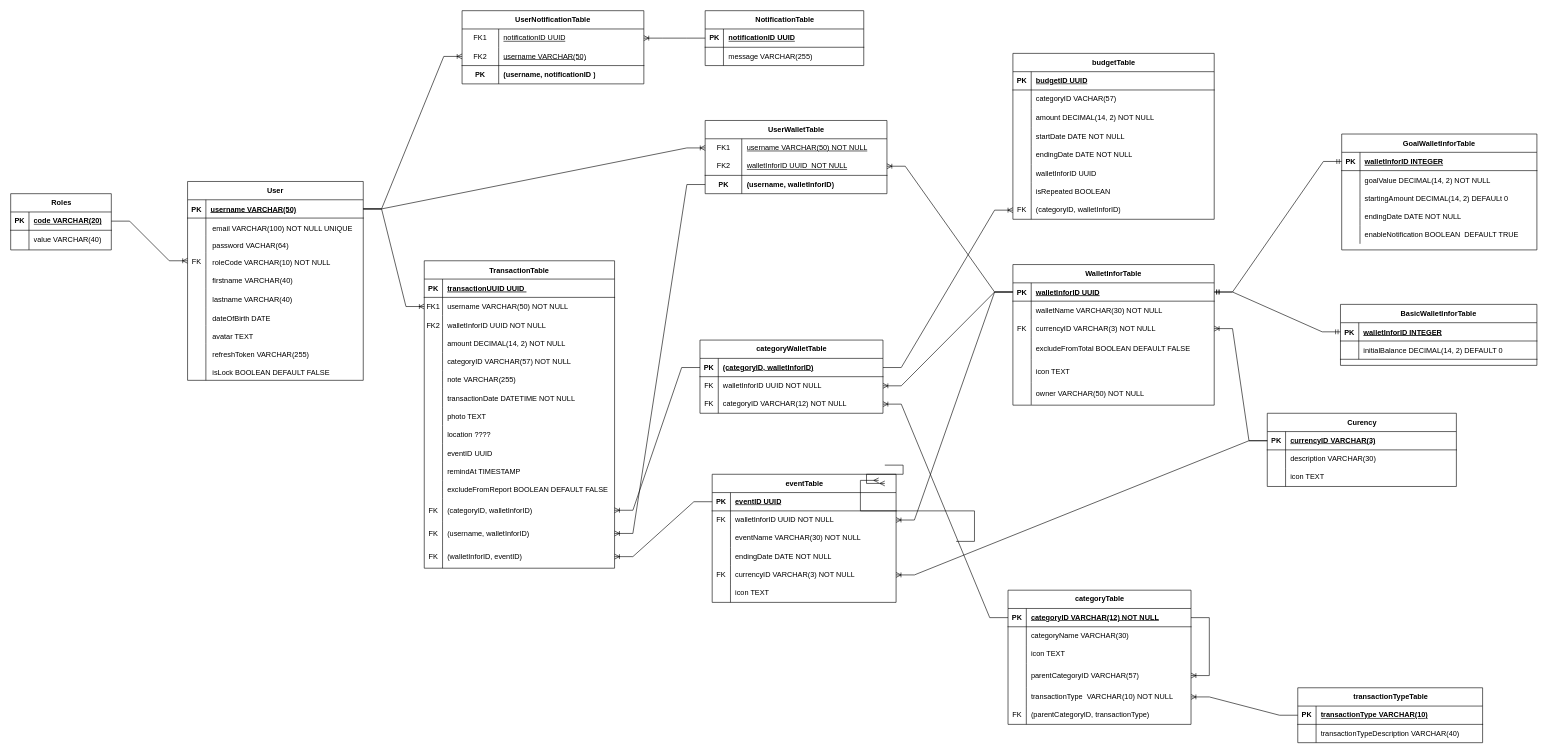
Earlier version of the draw.io diagram page "Trang-3" (3 of 3) of MLK Database Design.drawio (nguyenhuynhthien/Analytics). Source tidied: cells renumbered, new cells numbered last; positions are measured from the earlier drawing's top-left corner, leaving out a move shared by most shapes. Both pictures are drawn from the tidied source at 61%, with x=0, y=0 at pixel (10, 10).
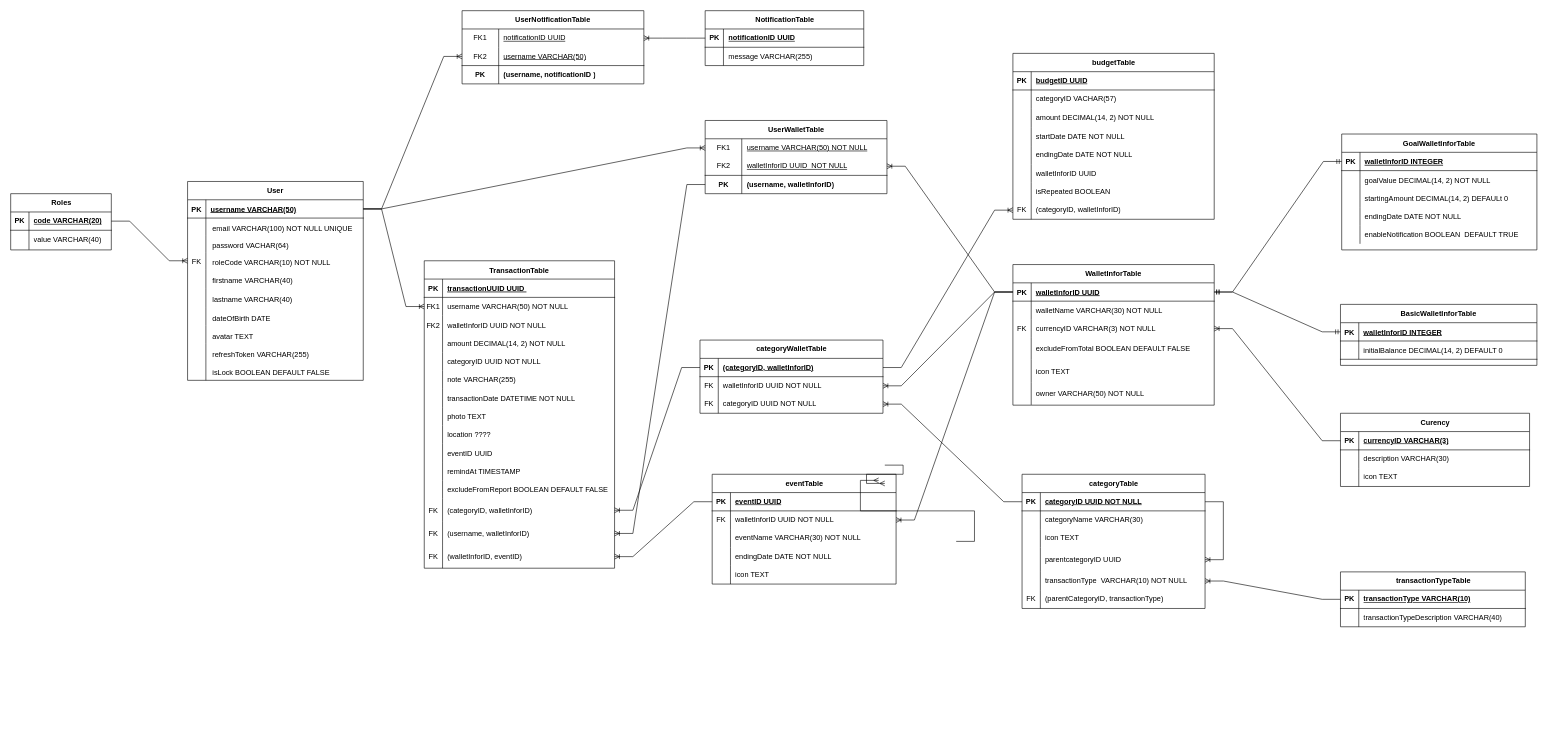
The same diagram, later.

Commit message (it also covers changes not shown here):
Cập nhật MLK Database Design.drawio

The change refers to these unchanged cells:
```xml
<mxCell id="46" style="shape=partialRectangle;fillColor=none;top=0;left=0;right=0;bottom=0;" parent="33" vertex="1">
  <mxGeometry y="150" width="312" height="30" as="geometry" />
</mxCell>
<mxCell id="124" style="shape=tableRow;horizontal=0;startSize=0;swimlaneHead=0;swimlaneBody=0;fillColor=none;points=[[0,0.5],[1,0.5]];portConstraint=eastwest;top=0;left=0;right=0;bottom=1;" parent="123" vertex="1">
  <mxGeometry y="30" width="310" height="30" as="geometry" />
</mxCell>
<mxCell id="221" style="shape=tableRow;horizontal=0;startSize=0;swimlaneHead=0;swimlaneBody=0;fillColor=none;points=[[0,0.5],[1,0.5]];portConstraint=eastwest;top=0;left=0;right=0;bottom=0;" parent="214" vertex="1">
  <mxGeometry y="90" width="300" height="30" as="geometry" />
</mxCell>
<mxCell id="246" style="shape=tableRow;horizontal=0;startSize=0;swimlaneHead=0;swimlaneBody=0;fillColor=none;points=[[0,0.5],[1,0.5]];portConstraint=eastwest;top=0;left=0;right=0;bottom=1;" parent="245" vertex="1">
  <mxGeometry y="30" width="300" height="30" as="geometry" />
</mxCell>
<mxCell id="255" style="shape=tableRow;horizontal=0;startSize=0;swimlaneHead=0;swimlaneBody=0;fillColor=none;points=[[0,0.5],[1,0.5]];portConstraint=eastwest;top=0;left=0;right=0;bottom=0;" parent="245" vertex="1">
  <mxGeometry y="120" width="300" height="40" as="geometry" />
</mxCell>
```

The edit, as a diff of the source:
```diff
@@
-    <mxCell id="48" value="categoryID VARCHAR(57) NOT NULL" style="shape=partialRectangle;overflow=hidden;fillColor=none;top=0;left=0;bottom=0;right=0;align=left;spacingLeft=6;" parent="46" vertex="1">
+    <mxCell id="48" value="categoryID UUID NOT NULL" style="shape=partialRectangle;overflow=hidden;fillColor=none;top=0;left=0;bottom=0;right=0;align=left;spacingLeft=6;" parent="46" vertex="1">
       <mxGeometry x="30" width="282" height="30" as="geometry" />
     </mxCell>
@@
-    <mxCell id="81" style="edgeStyle=entityRelationEdgeStyle;fontSize=12;html=1;endArrow=ERoneToMany;rounded=0;entryX=1;entryY=0.5;entryDx=0;entryDy=0;exitX=0;exitY=0.5;exitDx=0;exitDy=0;" parent="1" edge="1" source="124" target="117">
-      <mxGeometry relative="1" as="geometry" />
-    </mxCell>
@@
     <mxCell id="104" value="eventTable" style="shape=table;startSize=30;childLayout=tableLayout;rowLines=0;fontStyle=1;align=center;html=1;" parent="1" vertex="1">
-      <mxGeometry x="1150" y="760" width="301.5" height="210" as="geometry" />
+      <mxGeometry x="1150" y="760" width="301.5" height="180" as="geometry" />
     </mxCell>
@@
-    <mxCell id="117" style="shape=tableRow;horizontal=0;startSize=0;swimlaneHead=0;swimlaneBody=0;fillColor=none;points=[[0,0.5],[1,0.5]];portConstraint=eastwest;top=0;left=0;right=0;bottom=0;" parent="104" vertex="1">
-      <mxGeometry y="150" width="301.5" height="30" as="geometry" />
-    </mxCell>
-    <mxCell id="118" value="FK" style="shape=partialRectangle;fillColor=none;top=0;left=0;bottom=0;right=0;overflow=hidden;whiteSpace=wrap;html=1;" parent="117" vertex="1">
-      <mxGeometry width="30" height="30" as="geometry" />
-    </mxCell>
-    <mxCell id="119" value="currencyID VARCHAR(3) NOT NULL" style="shape=partialRectangle;fillColor=none;top=0;left=0;bottom=0;right=0;align=left;spacingLeft=6;overflow=hidden;whiteSpace=wrap;html=1;" parent="117" vertex="1">
-      <mxGeometry x="30" width="271.5" height="30" as="geometry" />
-    </mxCell>
     <mxCell id="120" style="shape=tableRow;horizontal=0;startSize=0;swimlaneHead=0;swimlaneBody=0;fillColor=none;top=0;left=0;right=0;bottom=0;" parent="104" vertex="1">
-      <mxGeometry y="180" width="301.5" height="30" as="geometry" />
+      <mxGeometry y="150" width="301.5" height="30" as="geometry" />
     </mxCell>
@@
     <mxCell id="123" value="Curency" style="shape=table;startSize=30;childLayout=tableLayout;rowLines=0;fontStyle=1;align=center;html=1;" parent="1" vertex="1">
-      <mxGeometry x="2060" y="660" width="310" height="120" as="geometry" />
+      <mxGeometry x="2180" y="660" width="310" height="120" as="geometry" />
     </mxCell>
@@
     <mxCell id="141" value="transactionTypeTable" style="shape=table;startSize=30;childLayout=tableLayout;rowLines=0;fontStyle=1;align=center;html=1;" parent="1" vertex="1">
-      <mxGeometry x="2110" y="1110" width="303" height="90" as="geometry" />
+      <mxGeometry x="2180" y="920" width="303" height="90" as="geometry" />
     </mxCell>
@@
-    <mxCell id="223" value="categoryID VARCHAR(12) NOT NULL" style="shape=partialRectangle;fillColor=none;top=0;left=0;bottom=0;right=0;align=left;spacingLeft=6;overflow=hidden;whiteSpace=wrap;html=1;" parent="221" vertex="1">
+    <mxCell id="223" value="categoryID UUID NOT NULL" style="shape=partialRectangle;fillColor=none;top=0;left=0;bottom=0;right=0;align=left;spacingLeft=6;overflow=hidden;whiteSpace=wrap;html=1;" parent="221" vertex="1">
       <mxGeometry x="30" width="270" height="30" as="geometry" />
     </mxCell>
@@
     <mxCell id="245" value="categoryTable" style="shape=table;startSize=30;childLayout=tableLayout;rowLines=0;fontStyle=1;align=center;html=1;" parent="1" vertex="1">
-      <mxGeometry x="1635" y="950" width="300" height="220" as="geometry" />
+      <mxGeometry x="1658" y="760" width="300" height="220" as="geometry" />
     </mxCell>
@@
-    <mxCell id="248" value="categoryID VARCHAR(12) NOT NULL" style="shape=partialRectangle;fillColor=none;top=0;left=0;bottom=0;right=0;align=left;spacingLeft=6;fontStyle=5;overflow=hidden;whiteSpace=wrap;html=1;" parent="246" vertex="1">
+    <mxCell id="248" value="categoryID UUID NOT NULL" style="shape=partialRectangle;fillColor=none;top=0;left=0;bottom=0;right=0;align=left;spacingLeft=6;fontStyle=5;overflow=hidden;whiteSpace=wrap;html=1;" parent="246" vertex="1">
       <mxGeometry x="30" width="270" height="30" as="geometry" />
     </mxCell>
@@
-    <mxCell id="257" value="parentCategoryID VARCHAR(57)" style="shape=partialRectangle;fillColor=none;top=0;left=0;bottom=0;right=0;align=left;spacingLeft=6;overflow=hidden;whiteSpace=wrap;html=1;" parent="255" vertex="1">
+    <mxCell id="257" value="parentcategoryID UUID" style="shape=partialRectangle;fillColor=none;top=0;left=0;bottom=0;right=0;align=left;spacingLeft=6;overflow=hidden;whiteSpace=wrap;html=1;" parent="255" vertex="1">
       <mxGeometry x="30" width="270" height="40" as="geometry" />
     </mxCell>
```
